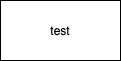
The draw.io diagram test.png in dss99911/documentation-study, before a commit. Source tidied: cells renumbered, new cells last; positions are measured from the earlier drawing's top-left corner, leaving out a move shared by most shapes.
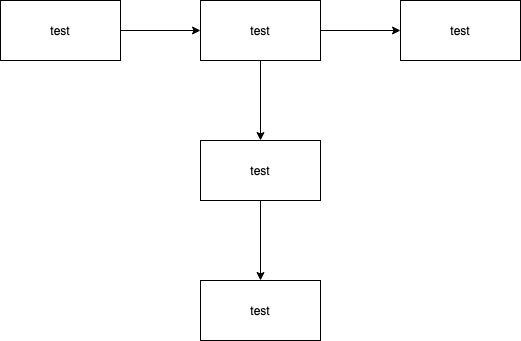
The same diagram one commit later.

Change to the diagram source:
```diff
@@ -2,8 +2,32 @@
   <root>
     <mxCell id="0" />
     <mxCell id="1" parent="0" />
+    <mxCell id="3" style="edgeStyle=orthogonalEdgeStyle;rounded=0;jettySize=auto;html=1;" parent="1" edge="1" source="2" target="6">
+      <mxGeometry relative="1" as="geometry" />
+    </mxCell>
     <mxCell id="2" value="test&lt;br&gt;" style="rounded=0;whiteSpace=wrap;html=1;" parent="1" vertex="1">
       <mxGeometry width="120" height="60" as="geometry" />
     </mxCell>
+    <mxCell id="4" style="edgeStyle=orthogonalEdgeStyle;rounded=0;jettySize=auto;html=1;" parent="1" edge="1" source="6" target="10">
+      <mxGeometry relative="1" as="geometry" />
+    </mxCell>
+    <mxCell id="5" style="edgeStyle=orthogonalEdgeStyle;rounded=0;jettySize=auto;html=1;" parent="1" edge="1" source="6" target="8">
+      <mxGeometry relative="1" as="geometry" />
+    </mxCell>
+    <mxCell id="6" value="test&lt;br&gt;" style="rounded=0;whiteSpace=wrap;html=1;" parent="1" vertex="1">
+      <mxGeometry x="200" width="120" height="60" as="geometry" />
+    </mxCell>
+    <mxCell id="7" style="edgeStyle=orthogonalEdgeStyle;rounded=0;jettySize=auto;html=1;" parent="1" edge="1" source="8" target="9">
+      <mxGeometry relative="1" as="geometry" />
+    </mxCell>
+    <mxCell id="8" value="test&lt;br&gt;" style="rounded=0;whiteSpace=wrap;html=1;" parent="1" vertex="1">
+      <mxGeometry x="200" y="140" width="120" height="60" as="geometry" />
+    </mxCell>
+    <mxCell id="9" value="test&lt;br&gt;" style="rounded=0;whiteSpace=wrap;html=1;" parent="1" vertex="1">
+      <mxGeometry x="200" y="280" width="120" height="60" as="geometry" />
+    </mxCell>
+    <mxCell id="10" value="test&lt;br&gt;" style="rounded=0;whiteSpace=wrap;html=1;" parent="1" vertex="1">
+      <mxGeometry x="400" width="120" height="60" as="geometry" />
+    </mxCell>
   </root>
 </mxGraphModel>
```
